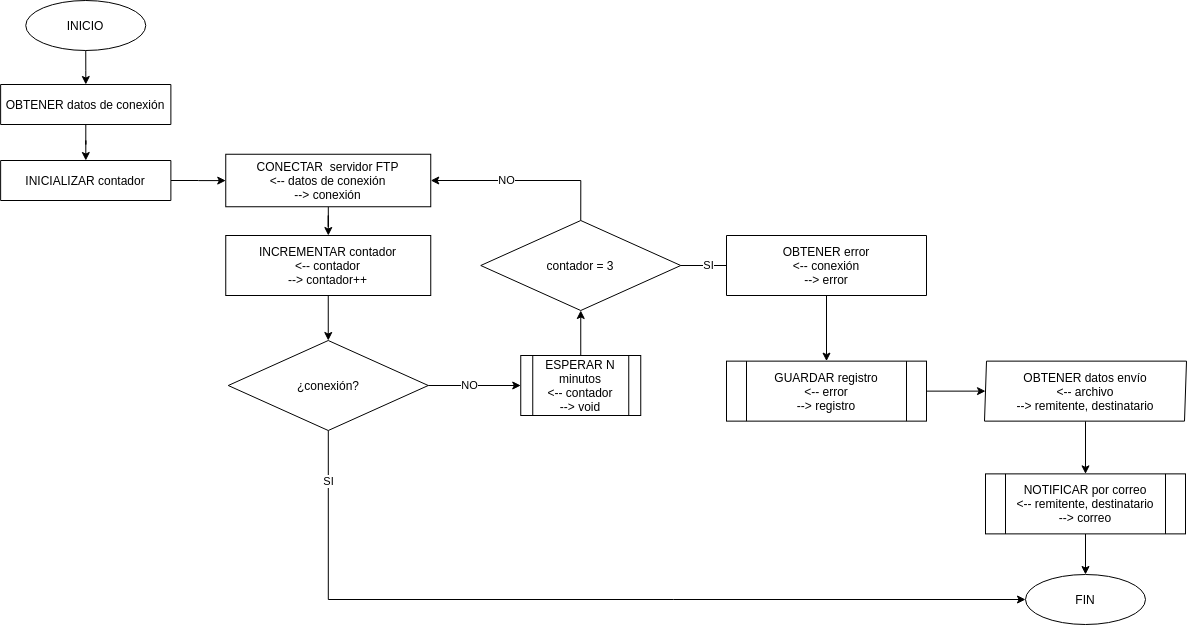
This is Diagramas/conexion-ftp.png from carlosalvet/proyecto-demo, a draw.io export, as it was before one commit. Source tidied: cells renumbered, new cells last; positions are measured from the earlier drawing's top-left corner, leaving out a move shared by most shapes.
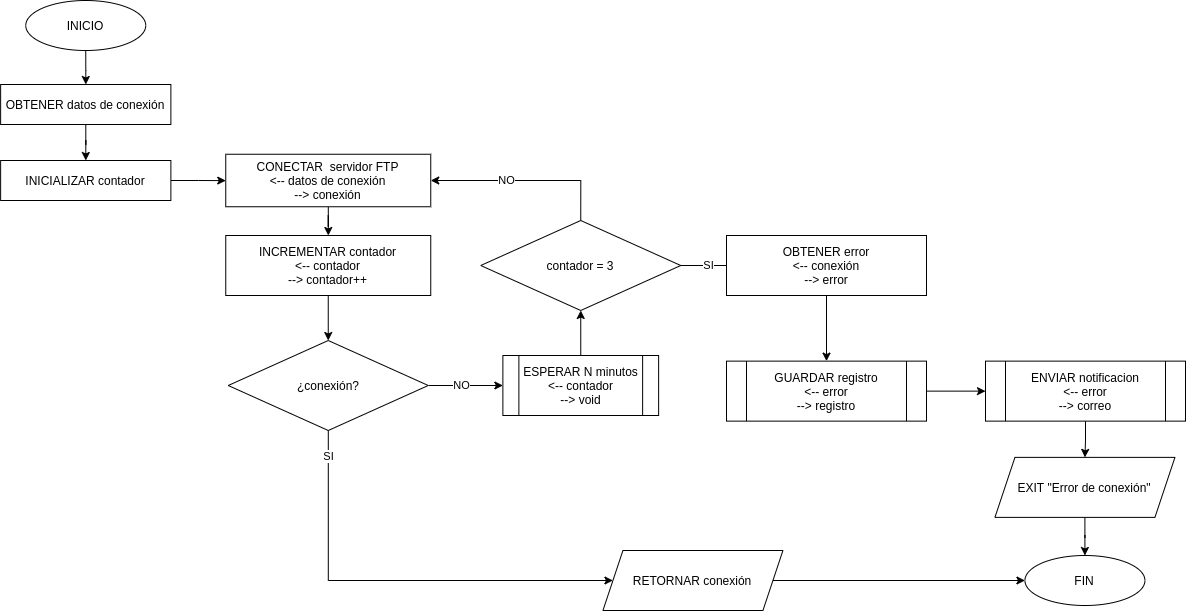
Above is the later version.

Commit message:
14-01-2020 corrección de diagrama transferencia de archivo

Change to the diagram source:
```diff
@@ -15,19 +15,19 @@
       <mxGeometry x="25.2" width="120" height="50" as="geometry" />
     </mxCell>
     <mxCell id="6" value="FIN" style="ellipse;whiteSpace=wrap;html=1;" parent="1" vertex="1">
-      <mxGeometry x="1025" y="574" width="120" height="50" as="geometry" />
+      <mxGeometry x="1024.4" y="555" width="120" height="50" as="geometry" />
     </mxCell>
-    <mxCell id="7" style="edgeStyle=orthogonalEdgeStyle;rounded=0;jettySize=auto;html=1;entryX=0.5;entryY=1;entryDx=0;entryDy=0;exitX=0.5;exitY=0;exitDx=0;exitDy=0;" parent="1" edge="1" source="25" target="15">
+    <mxCell id="7" style="edgeStyle=orthogonalEdgeStyle;rounded=0;jettySize=auto;html=1;entryX=0.5;entryY=1;entryDx=0;entryDy=0;exitX=0.5;exitY=0;exitDx=0;exitDy=0;" parent="1" edge="1" source="22" target="15">
       <mxGeometry relative="1" as="geometry" />
     </mxCell>
-    <mxCell id="8" value="SI" style="edgeStyle=orthogonalEdgeStyle;rounded=0;jettySize=auto;html=1;" parent="1" edge="1" source="10" target="6">
+    <mxCell id="8" value="SI" style="edgeStyle=orthogonalEdgeStyle;rounded=0;jettySize=auto;html=1;entryX=0;entryY=0.5;entryDx=0;entryDy=0;" parent="1" edge="1" source="10" target="28">
       <mxGeometry x="-0.88" relative="1" as="geometry">
         <Array as="points">
-          <mxPoint x="328" y="599" />
+          <mxPoint x="328" y="580" />
         </Array>
       </mxGeometry>
     </mxCell>
-    <mxCell id="9" value="NO" style="edgeStyle=orthogonalEdgeStyle;rounded=0;jettySize=auto;html=1;entryX=0;entryY=0.5;entryDx=0;entryDy=0;" parent="1" edge="1" source="10" target="25">
+    <mxCell id="9" value="NO" style="edgeStyle=orthogonalEdgeStyle;rounded=0;jettySize=auto;html=1;entryX=0;entryY=0.5;entryDx=0;entryDy=0;" parent="1" edge="1" source="10" target="22">
       <mxGeometry x="-0.1" relative="1" as="geometry" />
     </mxCell>
     <mxCell id="10" value="¿conexión?" style="rhombus;whiteSpace=wrap;html=1;" parent="1" vertex="1">
@@ -42,7 +42,7 @@
     <mxCell id="13" value="NO" style="edgeStyle=orthogonalEdgeStyle;rounded=0;jettySize=auto;html=1;entryX=1;entryY=0.5;entryDx=0;entryDy=0;exitX=0.5;exitY=0;exitDx=0;exitDy=0;" parent="1" edge="1" source="15" target="3">
       <mxGeometry x="0.2" relative="1" as="geometry" />
     </mxCell>
-    <mxCell id="14" value="SI" style="edgeStyle=orthogonalEdgeStyle;rounded=0;jettySize=auto;html=1;entryX=0;entryY=0.5;entryDx=0;entryDy=0;" parent="1" edge="1" source="15" target="21">
+    <mxCell id="14" value="SI" style="edgeStyle=orthogonalEdgeStyle;rounded=0;jettySize=auto;html=1;entryX=0;entryY=0.5;entryDx=0;entryDy=0;" parent="1" edge="1" source="15" target="20">
       <mxGeometry x="-0.51" relative="1" as="geometry">
         <Array as="points">
           <mxPoint x="760.2" y="265" />
@@ -65,32 +65,38 @@
     <mxCell id="19" value="INCREMENTAR contador&lt;br&gt;&amp;lt;-- contador&lt;br&gt;--&amp;gt; contador++" style="whiteSpace=wrap;html=1;" parent="1" vertex="1">
       <mxGeometry x="225.2" y="235" width="205" height="60" as="geometry" />
     </mxCell>
-    <mxCell id="20" style="edgeStyle=orthogonalEdgeStyle;rounded=0;jettySize=auto;html=1;exitX=1;exitY=0.5;exitDx=0;exitDy=0;" parent="1" edge="1" source="26" target="24">
-      <mxGeometry relative="1" as="geometry" />
+    <mxCell id="20" value="OBTENER error&lt;br&gt;&amp;lt;-- conexión&lt;br&gt;--&amp;gt; error" style="shape=parallelogram;perimeter=parallelogramPerimeter;whiteSpace=wrap;html=1;fixedSize=1;size=0;" parent="1" vertex="1">
+      <mxGeometry x="726" y="235" width="200" height="60" as="geometry" />
     </mxCell>
-    <mxCell id="21" value="OBTENER error&lt;br&gt;&amp;lt;-- conexión&lt;br&gt;--&amp;gt; error" style="shape=parallelogram;perimeter=parallelogramPerimeter;whiteSpace=wrap;html=1;fixedSize=1;size=0;" parent="1" vertex="1">
-      <mxGeometry x="726" y="235" width="200" height="60" as="geometry" />
+    <mxCell id="21" style="edgeStyle=orthogonalEdgeStyle;rounded=0;jettySize=auto;html=1;exitX=0.5;exitY=1;exitDx=0;exitDy=0;entryX=0.5;entryY=0;entryDx=0;entryDy=0;" parent="1" edge="1" source="20" target="24">
+      <mxGeometry relative="1" as="geometry" />
     </mxCell>
-    <mxCell id="22" style="edgeStyle=orthogonalEdgeStyle;rounded=0;jettySize=auto;html=1;exitX=0.5;exitY=1;exitDx=0;exitDy=0;entryX=0.5;entryY=0;entryDx=0;entryDy=0;" parent="1" edge="1" source="21" target="26">
-      <mxGeometry relative="1" as="geometry" />
+    <mxCell id="22" value="&lt;span&gt;ESPERAR N minutos&lt;/span&gt;&lt;br&gt;&lt;span&gt;&amp;lt;-- contador&lt;/span&gt;&lt;font style=&quot;font-size: 10px&quot;&gt;&lt;br&gt;&lt;span style=&quot;font-size: 12px&quot;&gt;--&amp;gt; void&lt;/span&gt;&lt;/font&gt;" style="shape=process;whiteSpace=wrap;html=1;backgroundOutline=1;" parent="1" vertex="1">
+      <mxGeometry x="502.4" y="355" width="155.8" height="60" as="geometry" />
     </mxCell>
-    <mxCell id="23" style="edgeStyle=orthogonalEdgeStyle;rounded=0;jettySize=auto;html=1;" parent="1" edge="1" source="24" target="28">
+    <mxCell id="23" style="edgeStyle=orthogonalEdgeStyle;rounded=0;jettySize=auto;html=1;" parent="1" edge="1" source="24" target="26">
       <mxGeometry relative="1" as="geometry" />
     </mxCell>
-    <mxCell id="24" value="OBTENER datos envío&lt;br&gt;&amp;lt;-- archivo&lt;br&gt;--&amp;gt; remitente, destinatario" style="shape=parallelogram;perimeter=parallelogramPerimeter;whiteSpace=wrap;html=1;fixedSize=1;size=2;" parent="1" vertex="1">
-      <mxGeometry x="984" y="360.6" width="202" height="60" as="geometry" />
+    <mxCell id="24" value="&lt;span&gt;GUARDAR registro&lt;/span&gt;&lt;br&gt;&lt;span&gt;&amp;lt;-- error&lt;/span&gt;&lt;br&gt;&lt;span&gt;--&amp;gt; registro&lt;br&gt;&lt;/span&gt;" style="shape=process;whiteSpace=wrap;html=1;backgroundOutline=1;" parent="1" vertex="1">
+      <mxGeometry x="726" y="360.6" width="200" height="60" as="geometry" />
     </mxCell>
-    <mxCell id="25" value="&lt;span&gt;ESPERAR N minutos&lt;/span&gt;&lt;br&gt;&lt;span&gt;&amp;lt;-- contador&lt;/span&gt;&lt;font style=&quot;font-size: 10px&quot;&gt;&lt;br&gt;&lt;span style=&quot;font-size: 12px&quot;&gt;--&amp;gt; void&lt;/span&gt;&lt;/font&gt;" style="shape=process;whiteSpace=wrap;html=1;backgroundOutline=1;" parent="1" vertex="1">
-      <mxGeometry x="520.2" y="355" width="120" height="60" as="geometry" />
+    <mxCell id="25" style="edgeStyle=orthogonalEdgeStyle;rounded=0;jettySize=auto;html=1;" parent="1" edge="1" source="26" target="30">
+      <mxGeometry relative="1" as="geometry" />
     </mxCell>
-    <mxCell id="26" value="&lt;span&gt;GUARDAR registro&lt;/span&gt;&lt;br&gt;&lt;span&gt;&amp;lt;-- error&lt;/span&gt;&lt;br&gt;&lt;span&gt;--&amp;gt; registro&lt;br&gt;&lt;/span&gt;" style="shape=process;whiteSpace=wrap;html=1;backgroundOutline=1;" parent="1" vertex="1">
-      <mxGeometry x="726" y="360.6" width="200" height="60" as="geometry" />
+    <mxCell id="26" value="&lt;span&gt;ENVIAR notificacion&lt;br&gt;&amp;lt;-- error&lt;/span&gt;&lt;br&gt;&lt;span&gt;--&amp;gt; correo&lt;/span&gt;" style="shape=process;whiteSpace=wrap;html=1;backgroundOutline=1;" parent="1" vertex="1">
+      <mxGeometry x="985" y="360.6" width="200" height="60" as="geometry" />
     </mxCell>
-    <mxCell id="27" style="edgeStyle=orthogonalEdgeStyle;rounded=0;jettySize=auto;html=1;" parent="1" edge="1" source="28" target="6">
+    <mxCell id="27" style="edgeStyle=orthogonalEdgeStyle;rounded=0;jettySize=auto;html=1;entryX=0;entryY=0.5;entryDx=0;entryDy=0;" parent="1" edge="1" source="28" target="6">
       <mxGeometry relative="1" as="geometry" />
     </mxCell>
-    <mxCell id="28" value="&lt;span&gt;NOTIFICAR por correo&lt;/span&gt;&lt;br&gt;&lt;span&gt;&amp;lt;-- remitente, destinatario&lt;/span&gt;&lt;br&gt;&lt;span&gt;--&amp;gt; correo&lt;/span&gt;" style="shape=process;whiteSpace=wrap;html=1;backgroundOutline=1;" parent="1" vertex="1">
-      <mxGeometry x="985" y="473.4" width="200" height="60" as="geometry" />
+    <mxCell id="28" value="RETORNAR conexión" style="shape=parallelogram;perimeter=parallelogramPerimeter;whiteSpace=wrap;html=1;fixedSize=1;" parent="1" vertex="1">
+      <mxGeometry x="602.4" y="550" width="180" height="60" as="geometry" />
     </mxCell>
+    <mxCell id="29" style="edgeStyle=orthogonalEdgeStyle;rounded=0;jettySize=auto;html=1;" parent="1" edge="1" source="30" target="6">
+      <mxGeometry relative="1" as="geometry" />
+    </mxCell>
+    <mxCell id="30" value="EXIT &quot;Error de conexión&quot;" style="shape=parallelogram;perimeter=parallelogramPerimeter;whiteSpace=wrap;html=1;fixedSize=1;" parent="1" vertex="1">
+      <mxGeometry x="994.4" y="456.9" width="180" height="60" as="geometry" />
+    </mxCell>
   </root>
 </mxGraphModel>
```
